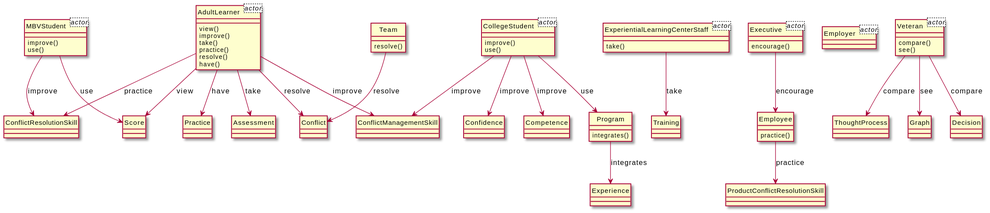
xixixhalu/DomainModelExtractor keeps this PlantUML diagram as output/diagram_5/2015-USC-Project04.svg. Above is the earlier version.
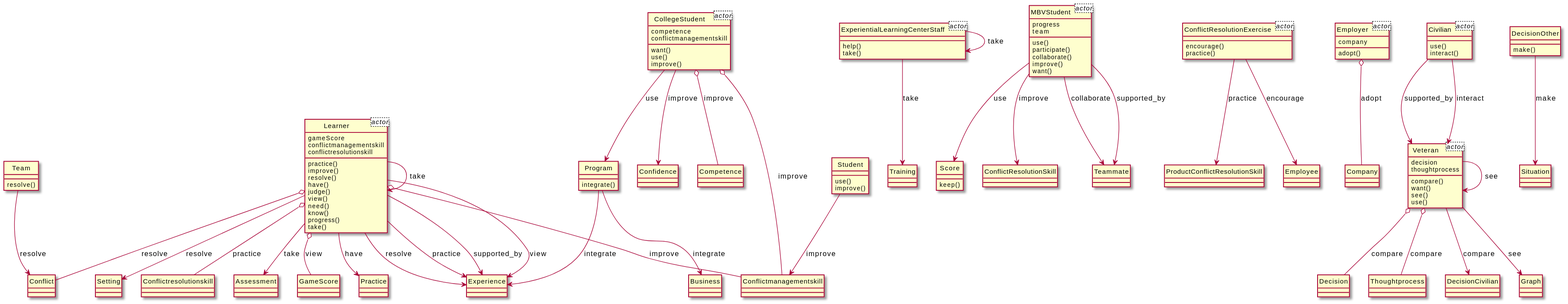
After the commit.

What changed in the source:
```diff
@@ -1,100 +1,171 @@
 @startuml
 hide circle
-class AdultLearner<actor> {
+class Learner<actor> {
+	gameScore
+	conflictmanagementskill
+	conflictresolutionskill
 }
 class ExperientialLearningCenterStaff<actor> {
 }
 class CollegeStudent<actor> {
+	competence
+	conflictmanagementskill
 }
 class MBVStudent<actor> {
+	progress
+	team
 }
-class Executive<actor> {
+class ConflictResolutionExercise<actor> {
 }
 class Employer<actor> {
+	company
 }
 class Veteran<actor> {
+	decision
+	thoughtprocess
+}
+class Civilian<actor> {
 }
 class Veteran {
 	compare()
+	want()
 	see()
+	use()
 }
-class ThoughtProcess {
+class Learner {
+	practice()
+	improve()
+	resolve()
+	have()
+	judge()
+	view()
+	need()
+	know()
+	progress()
+	take()
 }
-class Employee {
+class Experience {
+}
+class Employer {
+	adopt()
+}
+class Decision {
+}
+class ConflictResolutionExercise {
+	encourage()
 	practice()
 }
 class ProductConflictResolutionSkill {
 }
-class AdultLearner {
-	view()
-	improve()
+class ExperientialLearningCenterStaff {
+	help()
 	take()
-	practice()
-	resolve()
-	have()
-}
-class Assessment {
-}
-class MBVStudent {
-	improve()
-	use()
-}
-class ConflictResolutionSkill {
-}
-class Graph {
-}
-class Decision {
-}
-class CollegeStudent {
-	improve()
-	use()
-}
-class Confidence {
-}
-class Practice {
-}
-class Conflict {
-}
-class ConflictManagementSkill {
-}
-class Competence {
-}
-class Program {
-	integrates()
-}
-class Experience {
-}
-class Score {
-}
-class ExperientialLearningCenterStaff {
-	take()
-}
-class Training {
 }
 class Team {
 	resolve()
 }
-class Executive {
-	encourage()
+class MBVStudent {
+	use()
+	participate()
+	collaborate()
+	improve()
+	want()
 }
+class Score {
+	keep()
+}
+class Conflictmanagementskill {
+}
+class Conflict {
+}
+class Student {
+	use()
+	improve()
+}
+class Civilian {
+	use()
+	interact()
+}
+class DecisionOther {
+	make()
+}
+class Training {
+}
+class ConflictResolutionSkill {
+}
+class Program {
+	integrate()
+}
+class CollegeStudent {
+	want()
+	use()
+	improve()
+}
+class Teammate {
+}
+class Business {
+}
+class Employee {
+}
+class Setting {
+}
+class Confidence {
+}
+class Thoughtprocess {
+}
+class Conflictresolutionskill {
+}
+class Assessment {
+}
+class Competence {
+}
+class Situation {
+}
+class GameScore {
+}
+class Practice {
+}
+class Company {
+}
+class DecisionCivilian {
+}
+class Graph {
+}
+Civilian --> Veteran : supported_by
+Veteran o-- Decision : compare
+Learner --> Assessment : take
+CollegeStudent o-- Competence : improve
+MBVStudent --> ConflictResolutionSkill : improve
+ConflictResolutionExercise --> ProductConflictResolutionSkill : practice
+DecisionOther --> Situation : make
+Veteran --> Veteran : see
+ExperientialLearningCenterStaff --> ExperientialLearningCenterStaff : take
+Learner o-- GameScore : view
+Learner --> Learner : take
+CollegeStudent o-- Conflictmanagementskill : improve
+MBVStudent --> Teammate : collaborate
+MBVStudent --> Score : use
+Program --> Experience : integrate
+Program --> Business : integrate
 CollegeStudent --> Program : use
-AdultLearner --> ConflictResolutionSkill : practice
-AdultLearner --> Conflict : resolve
-Employee --> ProductConflictResolutionSkill : practice
-MBVStudent --> Score : use
-AdultLearner --> Score : view
-AdultLearner --> Assessment : take
+Learner o-- Conflictmanagementskill : improve
+Learner --> Practice : have
+ConflictResolutionExercise --> Employee : encourage
+Team --> Conflict : resolve
+Employer o-- Company : adopt
+Learner --> Setting : resolve
+Learner --> Experience : supported_by
+Student --> Conflictmanagementskill : improve
+Learner o-- Conflict : resolve
+Learner --> Experience : view
+CollegeStudent --> Confidence : improve
+Learner --> Experience : resolve
+Veteran --> DecisionCivilian : compare
+Learner --> Experience : practice
+Veteran o-- Thoughtprocess : compare
+Civilian --> Veteran : interact
 ExperientialLearningCenterStaff --> Training : take
-CollegeStudent --> Confidence : improve
-MBVStudent --> ConflictResolutionSkill : improve
-CollegeStudent --> ConflictManagementSkill : improve
-Team --> Conflict : resolve
 Veteran --> Graph : see
-Executive --> Employee : encourage
-Veteran --> Decision : compare
-AdultLearner --> Practice : have
-AdultLearner --> ConflictManagementSkill : improve
-CollegeStudent --> Competence : improve
-Program --> Experience : integrates
-Veteran --> ThoughtProcess : compare
+Learner o-- Conflictresolutionskill : practice
+MBVStudent --> Teammate : supported_by
 @enduml
```
